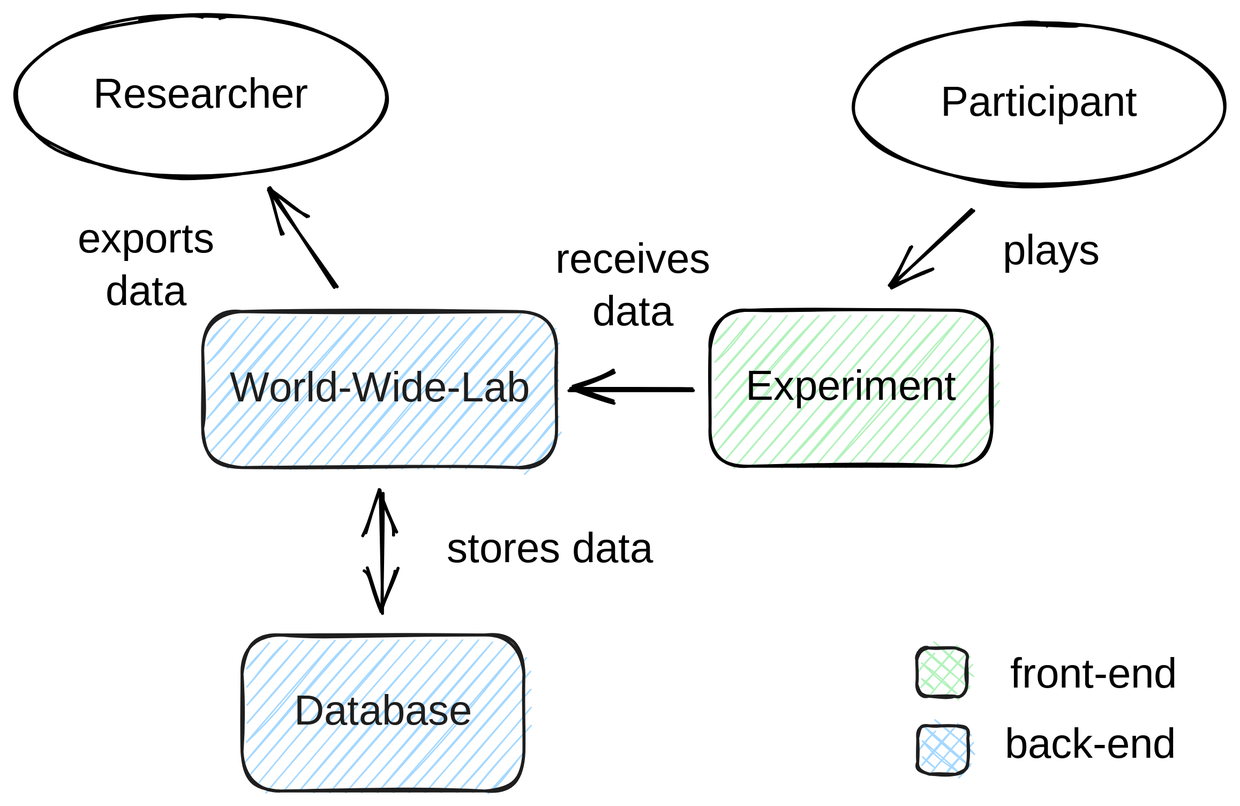
Before: docs/img/diagrams/front-vs-back-end.excalidraw.svg, a diagram exported from Excalidraw (world-wide-lab/world-wide-lab). Source tidied: one line per element, renumbered; positions are measured from the earlier drawing's top-left corner, leaving out a move shared by most shapes.
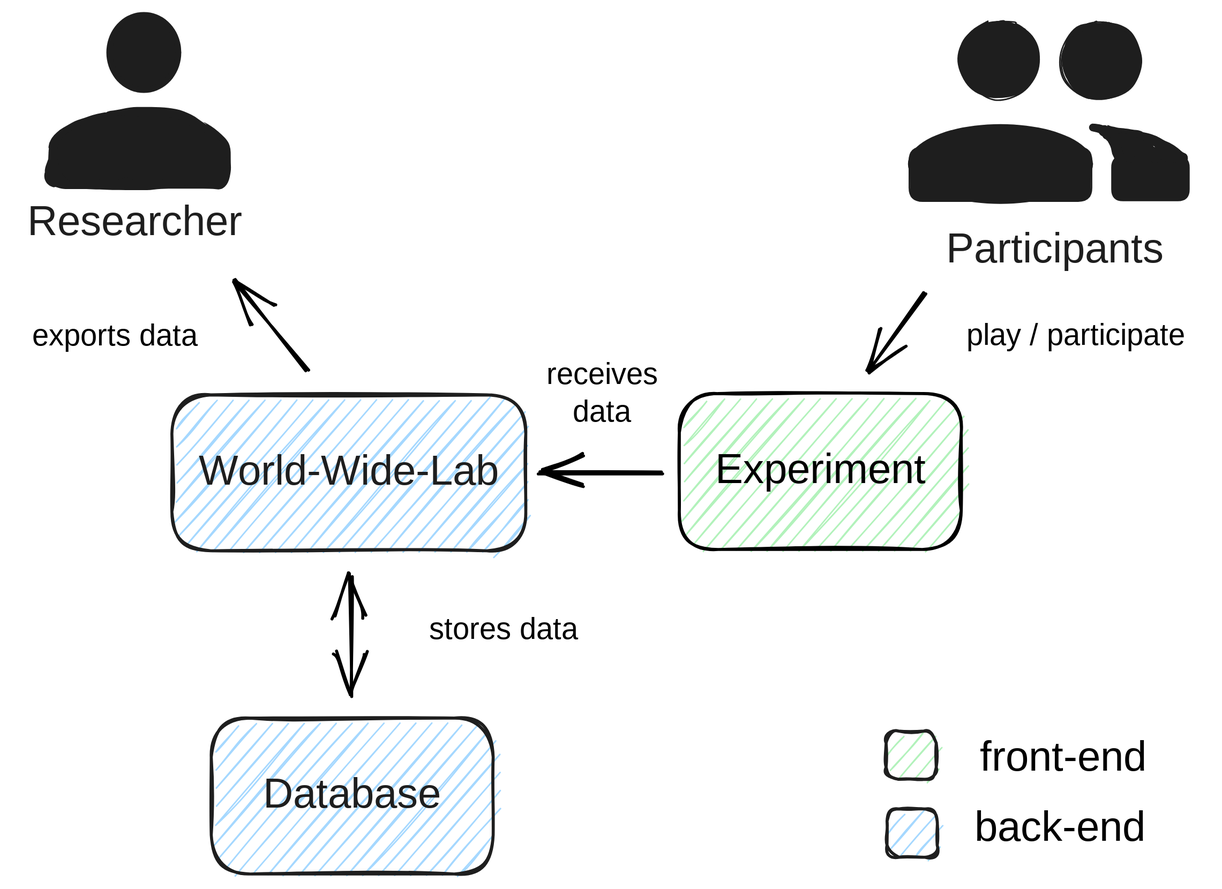
The same file after the commit.

Diff of the diagram source:
```diff
@@ -2,21 +2,30 @@
 {"id": 1, "type": "text", "text": "Experiment", "strokeColor": "#000000", "backgroundColor": "#ffffff", "fillStyle": "solid", "strokeWidth": 2, "roughness": 1, "fontSize": 28, "fontFamily": 1, "textAlign": "center", "verticalAlign": "middle", "inside": 0, "x": 486, "y": 231, "width": 144, "height": 35}
 {"id": 2, "type": "rectangle", "strokeColor": "#1e1e1e", "backgroundColor": "#a5d8ff", "fillStyle": "hachure", "strokeWidth": 2, "roughness": 1, "round": true, "x": 125, "y": 198, "width": 236, "height": 104}
 {"id": 3, "type": "text", "text": "World-Wide-Lab", "strokeColor": "#1e1e1e", "backgroundColor": "#ffffff", "fillStyle": "solid", "strokeWidth": 2, "roughness": 1, "fontSize": 28, "fontFamily": 1, "textAlign": "center", "verticalAlign": "middle", "inside": 2, "x": 142, "y": 232, "width": 203, "height": 35}
-{"id": 4, "type": "ellipse", "strokeColor": "#000000", "backgroundColor": "#ffffff", "fillStyle": "solid", "strokeWidth": 2, "roughness": 1, "round": true, "x": 559, "y": 6, "width": 248, "height": 108}
-{"id": 5, "type": "text", "text": "Participant", "strokeColor": "#000000", "backgroundColor": "#ffffff", "fillStyle": "solid", "strokeWidth": 2, "roughness": 1, "fontSize": 28, "fontFamily": 1, "textAlign": "center", "verticalAlign": "middle", "inside": 4, "x": 606, "y": 42, "width": 153, "height": 35}
 {"id": 6, "type": "rectangle", "strokeColor": "#1e1e1e", "backgroundColor": "#a5d8ff", "fillStyle": "hachure", "strokeWidth": 2, "roughness": 1, "round": true, "x": 151, "y": 413, "width": 188, "height": 104}
 {"id": 7, "type": "text", "text": "Database", "strokeColor": "#1e1e1e", "backgroundColor": "#ffffff", "fillStyle": "solid", "strokeWidth": 2, "roughness": 1, "fontSize": 28, "fontFamily": 1, "textAlign": "center", "verticalAlign": "middle", "inside": 6, "x": 176, "y": 448, "width": 138, "height": 35}
-{"id": 8, "type": "arrow", "strokeColor": "#000000", "backgroundColor": "#ffffff", "fillStyle": "solid", "strokeWidth": 2, "roughness": 1, "endArrowhead": "arrow", "round": true, "from": 4, "to": 0, "x": 639, "y": 130, "width": 55, "height": 49, "points": [[0, 0], [-55, 49]]}
+{"id": 8, "type": "arrow", "strokeColor": "#000000", "backgroundColor": "#ffffff", "fillStyle": "solid", "strokeWidth": 2, "roughness": 1, "endArrowhead": "arrow", "round": true, "from": 33, "to": 0, "x": 628, "y": 130, "width": 38, "height": 50, "points": [[0, 0], [-38, 50]]}
 {"id": 9, "type": "arrow", "strokeColor": "#000000", "backgroundColor": "#ffffff", "fillStyle": "solid", "strokeWidth": 2, "roughness": 1, "endArrowhead": "arrow", "round": true, "from": 0, "to": 2, "x": 451, "y": 251, "width": 81, "height": 1, "points": [[0, 0], [-81, -1]]}
 {"id": 10, "type": "arrow", "strokeColor": "#000000", "backgroundColor": "#ffffff", "fillStyle": "solid", "strokeWidth": 2, "roughness": 1, "startArrowhead": "arrow", "endArrowhead": "arrow", "round": true, "from": 2, "to": 6, "x": 244, "y": 318, "width": 0, "height": 80, "points": [[0, 0], [0, 80]]}
-{"id": 11, "type": "text", "text": "receives\ndata", "strokeColor": "#000000", "backgroundColor": "#ffffff", "fillStyle": "solid", "strokeWidth": 2, "roughness": 1, "fontSize": 28, "fontFamily": 1, "textAlign": "center", "x": 358, "y": 146, "width": 108, "height": 70}
+{"id": 11, "type": "text", "text": "receives\ndata", "strokeColor": "#000000", "backgroundColor": "#ffffff", "fillStyle": "solid", "strokeWidth": 2, "roughness": 1, "fontSize": 20, "fontFamily": 1, "textAlign": "center", "x": 373, "y": 172, "width": 77, "height": 50}
-{"id": 12, "type": "text", "text": "plays", "strokeColor": "#000000", "backgroundColor": "#ffffff", "fillStyle": "solid", "strokeWidth": 2, "roughness": 1, "fontSize": 28, "fontFamily": 1, "textAlign": "center", "x": 657, "y": 141, "width": 68, "height": 35}
+{"id": 12, "type": "text", "text": "play / participate", "strokeColor": "#000000", "backgroundColor": "#ffffff", "fillStyle": "solid", "strokeWidth": 2, "roughness": 1, "fontSize": 20, "fontFamily": 1, "textAlign": "center", "x": 640, "y": 146, "width": 175, "height": 25}
-{"id": 13, "type": "text", "text": "stores data", "strokeColor": "#000000", "backgroundColor": "#ffffff", "fillStyle": "solid", "strokeWidth": 2, "roughness": 1, "fontSize": 28, "fontFamily": 1, "textAlign": "center", "x": 271, "y": 339, "width": 172, "height": 35}
+{"id": 13, "type": "text", "text": "stores data", "strokeColor": "#000000", "backgroundColor": "#ffffff", "fillStyle": "solid", "strokeWidth": 2, "roughness": 1, "fontSize": 20, "fontFamily": 1, "textAlign": "center", "x": 285, "y": 342, "width": 123, "height": 25}
-{"id": 14, "type": "ellipse", "strokeColor": "#000000", "backgroundColor": "#ffffff", "fillStyle": "solid", "strokeWidth": 2, "roughness": 1, "round": true, "x": 0, "y": 0, "width": 248, "height": 108}
-{"id": 15, "type": "text", "text": "Researcher", "strokeColor": "#000000", "backgroundColor": "#ffffff", "fillStyle": "solid", "strokeWidth": 2, "roughness": 1, "fontSize": 28, "fontFamily": 1, "textAlign": "center", "verticalAlign": "middle", "inside": 14, "x": 48, "y": 36, "width": 151, "height": 35}
-{"id": 16, "type": "arrow", "strokeColor": "#000000", "backgroundColor": "#ffffff", "fillStyle": "solid", "strokeWidth": 2, "roughness": 1, "endArrowhead": "arrow", "round": true, "from": 2, "to": 14, "x": 213, "y": 180, "width": 43, "height": 65, "points": [[0, 0], [-43, -65]]}
+{"id": 16, "type": "arrow", "strokeColor": "#000000", "backgroundColor": "#ffffff", "fillStyle": "solid", "strokeWidth": 2, "roughness": 1, "endArrowhead": "arrow", "round": true, "from": 2, "x": 215, "y": 180, "width": 48, "height": 60, "points": [[0, 0], [-48, -60]]}
-{"id": 17, "type": "text", "text": "exports\ndata", "strokeColor": "#000000", "backgroundColor": "#ffffff", "fillStyle": "solid", "strokeWidth": 2, "roughness": 1, "fontSize": 28, "fontFamily": 1, "textAlign": "center", "x": 36, "y": 133, "width": 103, "height": 70}
+{"id": 17, "type": "text", "text": "exports data", "strokeColor": "#000000", "backgroundColor": "#ffffff", "fillStyle": "solid", "strokeWidth": 2, "roughness": 1, "fontSize": 20, "fontFamily": 1, "textAlign": "center", "x": 20, "y": 147, "width": 133, "height": 25}
-{"id": 18, "type": "rectangle", "strokeColor": "#1e1e1e", "backgroundColor": "#b2f2bb", "fillStyle": "cross-hatch", "strokeWidth": 2, "roughness": 1, "round": true, "x": 601, "y": 422, "width": 33, "height": 32}
+{"id": 18, "type": "rectangle", "strokeColor": "#1e1e1e", "backgroundColor": "#b2f2bb", "fillStyle": "hachure", "strokeWidth": 2, "roughness": 1, "round": true, "x": 601, "y": 422, "width": 33, "height": 32}
-{"id": 19, "type": "rectangle", "strokeColor": "#1e1e1e", "backgroundColor": "#a5d8ff", "fillStyle": "cross-hatch", "strokeWidth": 2, "roughness": 1, "round": true, "x": 602, "y": 474, "width": 33, "height": 32}
+{"id": 19, "type": "rectangle", "strokeColor": "#1e1e1e", "backgroundColor": "#a5d8ff", "fillStyle": "hachure", "strokeWidth": 2, "roughness": 1, "round": true, "x": 602, "y": 474, "width": 33, "height": 32}
 {"id": 20, "type": "text", "text": "front-end", "strokeColor": "#000000", "backgroundColor": "#ffffff", "fillStyle": "solid", "strokeWidth": 2, "roughness": 1, "fontSize": 28, "fontFamily": 1, "textAlign": "center", "x": 656, "y": 423, "width": 126, "height": 35}
 {"id": 21, "type": "text", "text": "back-end", "strokeColor": "#000000", "backgroundColor": "#ffffff", "fillStyle": "solid", "strokeWidth": 2, "roughness": 1, "fontSize": 28, "fontFamily": 1, "textAlign": "center", "x": 659, "y": 470, "width": 116, "height": 35}
+{"id": 22, "type": "freedraw", "strokeColor": "#1e1e1e", "backgroundColor": "#1e1e1e", "fillStyle": "cross-hatch", "strokeWidth": 2, "roughness": 0, "x": 158, "y": 51, "width": 110, "height": 40, "points": [[0, 0], [-16, 0], [-34, 0], [-54, 0], [-72, 0], [-90, 0], [-103, 0], [-110, -5], [-107, -17], [-99, -26], [-85, -31], [-72, -35], [-54, -37], [-33, -36], [-21, -32], [-12, -26], [-2, -18], [-1, -2], [-13, 1], [-31, 1], [-52, 2], [-79, 2], [-98, 2], [-109, -1], [-108, -12]]}
+{"id": 23, "type": "freedraw", "strokeColor": "#1e1e1e", "backgroundColor": "#1e1e1e", "fillStyle": "cross-hatch", "strokeWidth": 4, "roughness": 0, "x": 66, "y": 39, "width": 86, "height": 20, "points": [[0, 0], [5, -7], [4, 3], [-4, 4], [-4, -6], [0, -2], [1, -6], [29, -14], [28, -2], [14, -2], [36, -13], [20, 1], [16, -3], [42, -11], [43, -1], [37, -7], [57, -11], [53, -1], [44, -8], [63, -8], [68, 4], [71, -1], [81, 0], [78, 3], [77, -1]]}
+{"id": 24, "type": "ellipse", "strokeColor": "#1e1e1e", "backgroundColor": "#1e1e1e", "fillStyle": "solid", "strokeWidth": 4, "roughness": 0, "round": true, "x": 83, "y": -56, "width": 46, "height": 50}
+{"id": 25, "type": "ellipse", "strokeColor": "#1e1e1e", "backgroundColor": "#1e1e1e", "fillStyle": "solid", "strokeWidth": 1, "roughness": 1, "round": true, "x": 650, "y": -52, "width": 54, "height": 51}
+{"id": 26, "type": "ellipse", "strokeColor": "#1e1e1e", "backgroundColor": "#1e1e1e", "fillStyle": "solid", "strokeWidth": 1, "roughness": 1, "round": true, "x": 718, "y": -51, "width": 54, "height": 52}
+{"id": 27, "type": "ellipse", "strokeColor": "#1e1e1e", "backgroundColor": "#1e1e1e", "fillStyle": "solid", "strokeWidth": 1, "roughness": 0, "round": true, "x": 616, "y": 18, "width": 122, "height": 52}
+{"id": 28, "type": "rectangle", "strokeColor": "#1e1e1e", "backgroundColor": "#1e1e1e", "fillStyle": "solid", "strokeWidth": 1, "roughness": 0, "round": true, "x": 617, "y": 32, "width": 122, "height": 36}
+{"id": 29, "type": "rectangle", "strokeColor": "#1e1e1e", "backgroundColor": "#1e1e1e", "fillStyle": "solid", "strokeWidth": 1, "roughness": 0, "round": true, "x": 752, "y": 39, "width": 51, "height": 29}
+{"id": 30, "type": "freedraw", "strokeColor": "#1e1e1e", "backgroundColor": "#1e1e1e", "fillStyle": "solid", "strokeWidth": 1, "roughness": 0, "x": 739, "y": 19, "width": 21, "height": 22, "points": [[0, 0], [4, 1], [7, 2], [10, 3], [11, 5], [13, 8], [14, 10], [15, 13], [16, 15], [17, 18], [18, 19], [18, 17], [17, 14], [17, 11], [15, 9], [14, 8], [12, 6], [11, 5], [11, 5], [12, 7], [14, 8], [16, 10], [17, 12], [18, 15], [19, 18], [20, 20]]}
+{"id": 31, "type": "freedraw", "strokeColor": "#1e1e1e", "backgroundColor": "#1e1e1e", "fillStyle": "solid", "strokeWidth": 1, "roughness": 0, "x": 800, "y": 39, "width": 54, "height": 18, "points": [[0, 0], [-3, -1], [-5, -4], [-7, -4], [-9, -5], [-11, -7], [-13, -7], [-15, -8], [-17, -9], [-18, -10], [-20, -11], [-22, -11], [-23, -12], [-27, -13], [-29, -13], [-33, -14], [-37, -15], [-39, -15], [-41, -15], [-44, -16], [-47, -16], [-49, -17], [-51, -18], [-54, -18], [-53, -18]]}
+{"id": 32, "type": "freedraw", "strokeColor": "#1e1e1e", "backgroundColor": "#1e1e1e", "fillStyle": "solid", "strokeWidth": 1, "roughness": 0, "x": 763, "y": 31, "width": 41, "height": 15, "points": [[0, 0], [0, 5], [-3, 0], [-1, 1], [-5, -5], [-3, -5], [0, -1], [-1, 0], [1, -2], [4, 3], [2, 2], [3, -2], [7, 2], [7, 6], [8, 4], [11, 6], [9, 3], [11, 0], [13, 3], [14, 4], [17, 7], [17, 5], [21, 4], [24, 7], [27, 7], [31, 8], [35, 8]]}
+{"id": 33, "type": "text", "text": "Participants", "strokeColor": "#1e1e1e", "backgroundColor": "#a5d8ff", "fillStyle": "cross-hatch", "strokeWidth": 2, "roughness": 1, "fontSize": 28, "fontFamily": 1, "textAlign": "center", "x": 630, "y": 84, "width": 168, "height": 35}
+{"id": 15, "type": "text", "text": "Researcher", "strokeColor": "#1e1e1e", "backgroundColor": "#a5d8ff", "fillStyle": "cross-hatch", "strokeWidth": 2, "roughness": 1, "fontSize": 28, "fontFamily": 1, "textAlign": "center", "x": 25, "y": 66, "width": 151, "height": 35}
```
